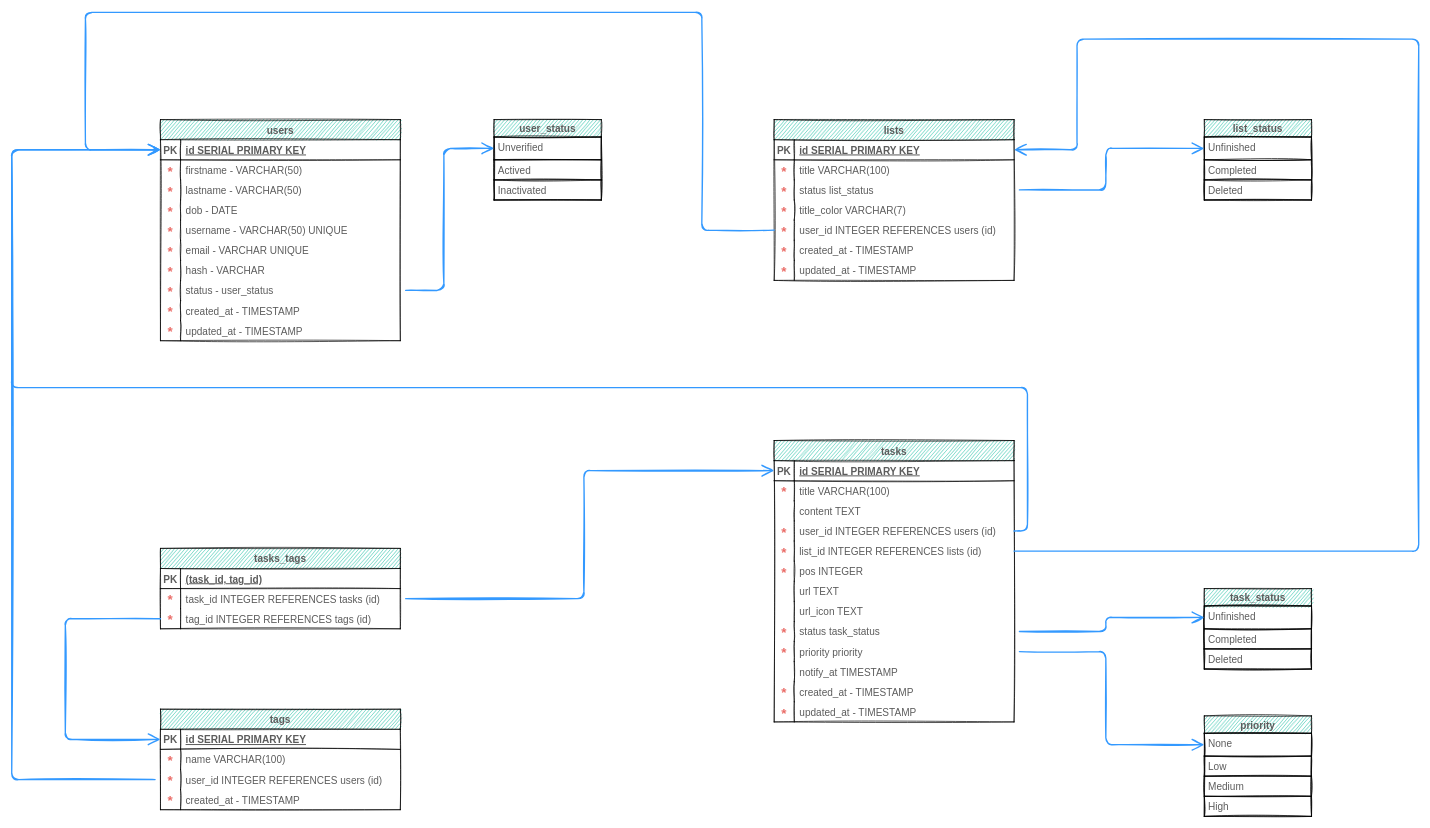
dangduoc08/ecommerce-api keeps this draw.io diagram as charts/erd.drawio. Above is the earlier version. Source tidied: cells renumbered, new cells numbered last; positions are measured from the earlier drawing's top-left corner, leaving out a move shared by most shapes. Both pictures are drawn from the tidied source at 67%, with x=0, y=0 at pixel (11, 12).
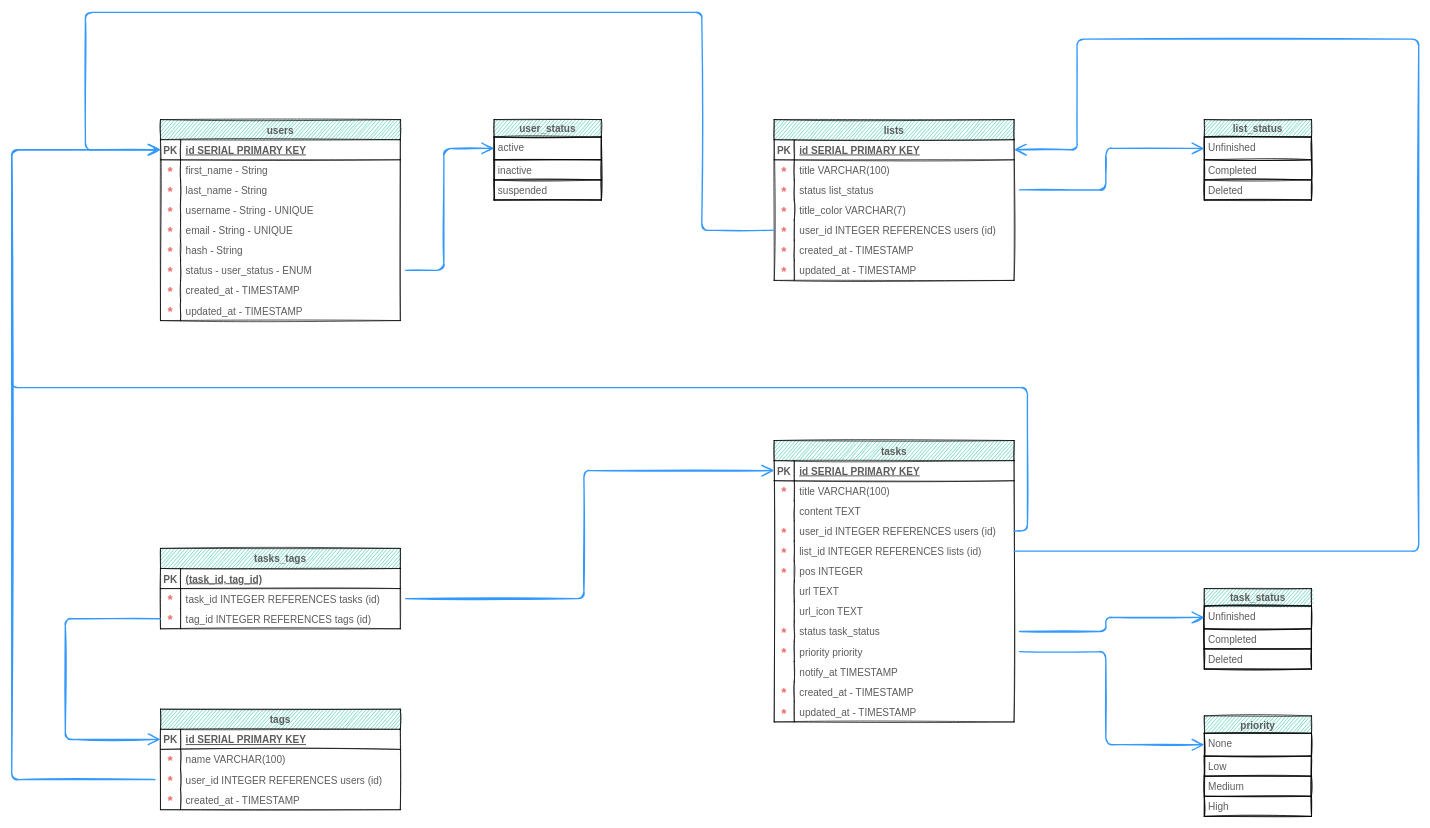
Above is the later version.

Unchanged cells that the change refers to:
```xml
<mxCell id="6" style="shape=tableRow;horizontal=0;startSize=0;swimlaneHead=0;swimlaneBody=0;fillColor=none;top=0;left=0;right=0;bottom=0;rounded=0;strokeColor=default;fontColor=#5C5C5C;fontSize=15;fontFamily=Helvetica;sketch=1;strokeWidth=1;swimlaneLine=1;" parent="2" vertex="1">
  <mxGeometry y="60" width="358" height="30" as="geometry" />
</mxCell>
<mxCell id="9" style="shape=tableRow;horizontal=0;startSize=0;swimlaneHead=0;swimlaneBody=0;fillColor=none;top=0;left=0;right=0;bottom=0;rounded=0;strokeColor=default;fontColor=#5C5C5C;fontSize=15;fontFamily=Helvetica;sketch=1;strokeWidth=1;swimlaneLine=1;" parent="2" vertex="1">
  <mxGeometry y="90" width="358" height="30" as="geometry" />
</mxCell>
<mxCell id="33" value="user_status" style="swimlane;fontStyle=1;horizontal=1;startSize=26;align=center;fontSize=15;hachureGap=4;strokeColor=default;fontFamily=Helvetica;fontColor=#5C5C5C;fillColor=#21C0A5;sketch=1;strokeWidth=1;swimlaneLine=1;" parent="1" vertex="1">
  <mxGeometry x="720" y="160" width="160" height="120" as="geometry" />
</mxCell>
```

The edit, as a diff of the source:
```diff
@@
     <mxCell id="2" value="users" style="shape=table;startSize=30;childLayout=tableLayout;rowLines=0;fontStyle=1;align=center;rounded=0;fillColor=#21C0A5;strokeColor=default;fontColor=#5C5C5C;fontSize=15;fontFamily=Helvetica;sketch=1;strokeWidth=1;swimlaneLine=1;" parent="1" vertex="1">
-      <mxGeometry x="222" y="160" width="358" height="330" as="geometry" />
+      <mxGeometry x="222" y="160" width="358" height="300" as="geometry" />
     </mxCell>
@@
-    <mxCell id="8" value="firstname - VARCHAR(50)" style="shape=partialRectangle;fillColor=none;top=0;left=0;bottom=0;right=0;align=left;spacingLeft=6;overflow=hidden;rounded=0;strokeColor=default;fontColor=#5C5C5C;fontSize=15;fontFamily=Helvetica;sketch=1;strokeWidth=1;swimlaneLine=1;" parent="6" vertex="1">
+    <mxCell id="8" value="first_name - String" style="shape=partialRectangle;fillColor=none;top=0;left=0;bottom=0;right=0;align=left;spacingLeft=6;overflow=hidden;rounded=0;strokeColor=default;fontColor=#5C5C5C;fontSize=15;fontFamily=Helvetica;sketch=1;strokeWidth=1;swimlaneLine=1;" parent="6" vertex="1">
       <mxGeometry x="30" width="328" height="30" as="geometry" />
     </mxCell>
@@
-    <mxCell id="11" value="lastname - VARCHAR(50)" style="shape=partialRectangle;fillColor=none;top=0;left=0;bottom=0;right=0;align=left;spacingLeft=6;overflow=hidden;rounded=0;strokeColor=default;fontColor=#5C5C5C;fontSize=15;fontFamily=Helvetica;sketch=1;strokeWidth=1;swimlaneLine=1;" parent="9" vertex="1">
+    <mxCell id="11" value="last_name - String" style="shape=partialRectangle;fillColor=none;top=0;left=0;bottom=0;right=0;align=left;spacingLeft=6;overflow=hidden;rounded=0;strokeColor=default;fontColor=#5C5C5C;fontSize=15;fontFamily=Helvetica;sketch=1;strokeWidth=1;swimlaneLine=1;" parent="9" vertex="1">
       <mxGeometry x="30" width="328" height="30" as="geometry" />
     </mxCell>
-    <mxCell id="12" style="shape=tableRow;horizontal=0;startSize=0;swimlaneHead=0;swimlaneBody=0;fillColor=none;top=0;left=0;right=0;bottom=0;rounded=0;strokeColor=default;fontColor=#5C5C5C;fontSize=15;fontFamily=Helvetica;sketch=1;strokeWidth=1;swimlaneLine=1;" parent="2" vertex="1">
-      <mxGeometry y="120" width="358" height="30" as="geometry" />
-    </mxCell>
-    <mxCell id="13" value="*" style="shape=partialRectangle;fillColor=none;top=0;left=0;bottom=0;right=0;overflow=hidden;rounded=0;strokeColor=default;fontColor=#EA6B66;fontSize=20;fontFamily=Helvetica;fontStyle=1;sketch=1;strokeWidth=1;swimlaneLine=1;" parent="12" vertex="1">
-      <mxGeometry width="30" height="30" as="geometry" />
-    </mxCell>
-    <mxCell id="14" value="dob - DATE" style="shape=partialRectangle;fillColor=none;top=0;left=0;bottom=0;right=0;align=left;spacingLeft=6;overflow=hidden;rounded=0;strokeColor=default;fontColor=#5C5C5C;fontSize=15;fontFamily=Helvetica;sketch=1;strokeWidth=1;swimlaneLine=1;" parent="12" vertex="1">
-      <mxGeometry x="30" width="328" height="30" as="geometry" />
-    </mxCell>
     <mxCell id="15" style="shape=tableRow;horizontal=0;startSize=0;swimlaneHead=0;swimlaneBody=0;fillColor=none;top=0;left=0;right=0;bottom=0;rounded=0;strokeColor=default;fontColor=#5C5C5C;fontSize=15;fontFamily=Helvetica;sketch=1;strokeWidth=1;swimlaneLine=1;" parent="2" vertex="1">
-      <mxGeometry y="150" width="358" height="30" as="geometry" />
+      <mxGeometry y="120" width="358" height="30" as="geometry" />
     </mxCell>
@@
-    <mxCell id="17" value="username - VARCHAR(50) UNIQUE" style="shape=partialRectangle;fillColor=none;top=0;left=0;bottom=0;right=0;align=left;spacingLeft=6;overflow=hidden;rounded=0;strokeColor=default;fontColor=#5C5C5C;fontSize=15;fontFamily=Helvetica;sketch=1;strokeWidth=1;swimlaneLine=1;" parent="15" vertex="1">
+    <mxCell id="17" value="username - String - UNIQUE" style="shape=partialRectangle;fillColor=none;top=0;left=0;bottom=0;right=0;align=left;spacingLeft=6;overflow=hidden;rounded=0;strokeColor=default;fontColor=#5C5C5C;fontSize=15;fontFamily=Helvetica;sketch=1;strokeWidth=1;swimlaneLine=1;" parent="15" vertex="1">
       <mxGeometry x="30" width="328" height="30" as="geometry" />
     </mxCell>
     <mxCell id="18" style="shape=tableRow;horizontal=0;startSize=0;swimlaneHead=0;swimlaneBody=0;fillColor=none;top=0;left=0;right=0;bottom=0;rounded=0;strokeColor=default;fontColor=#5C5C5C;fontSize=15;fontFamily=Helvetica;sketch=1;strokeWidth=1;swimlaneLine=1;" parent="2" vertex="1">
-      <mxGeometry y="180" width="358" height="30" as="geometry" />
+      <mxGeometry y="150" width="358" height="30" as="geometry" />
     </mxCell>
@@
-    <mxCell id="20" value="email - VARCHAR UNIQUE" style="shape=partialRectangle;fillColor=none;top=0;left=0;bottom=0;right=0;align=left;spacingLeft=6;overflow=hidden;rounded=0;strokeColor=default;fontColor=#5C5C5C;fontSize=15;fontFamily=Helvetica;sketch=1;strokeWidth=1;swimlaneLine=1;" parent="18" vertex="1">
+    <mxCell id="20" value="email - String - UNIQUE" style="shape=partialRectangle;fillColor=none;top=0;left=0;bottom=0;right=0;align=left;spacingLeft=6;overflow=hidden;rounded=0;strokeColor=default;fontColor=#5C5C5C;fontSize=15;fontFamily=Helvetica;sketch=1;strokeWidth=1;swimlaneLine=1;" parent="18" vertex="1">
       <mxGeometry x="30" width="328" height="30" as="geometry" />
     </mxCell>
     <mxCell id="21" style="shape=tableRow;horizontal=0;startSize=0;swimlaneHead=0;swimlaneBody=0;fillColor=none;top=0;left=0;right=0;bottom=0;rounded=0;strokeColor=default;fontColor=#5C5C5C;fontSize=15;fontFamily=Helvetica;sketch=1;strokeWidth=1;swimlaneLine=1;" parent="2" vertex="1">
-      <mxGeometry y="210" width="358" height="30" as="geometry" />
+      <mxGeometry y="180" width="358" height="30" as="geometry" />
     </mxCell>
@@
-    <mxCell id="23" value="hash - VARCHAR" style="shape=partialRectangle;fillColor=none;top=0;left=0;bottom=0;right=0;align=left;spacingLeft=6;overflow=hidden;rounded=0;strokeColor=default;fontColor=#5C5C5C;fontSize=15;fontFamily=Helvetica;sketch=1;strokeWidth=1;swimlaneLine=1;" parent="21" vertex="1">
+    <mxCell id="23" value="hash - String" style="shape=partialRectangle;fillColor=none;top=0;left=0;bottom=0;right=0;align=left;spacingLeft=6;overflow=hidden;rounded=0;strokeColor=default;fontColor=#5C5C5C;fontSize=15;fontFamily=Helvetica;sketch=1;strokeWidth=1;swimlaneLine=1;" parent="21" vertex="1">
       <mxGeometry x="30" width="328" height="30" as="geometry" />
     </mxCell>
     <mxCell id="24" style="shape=tableRow;horizontal=0;startSize=0;swimlaneHead=0;swimlaneBody=0;fillColor=none;points=[[0,0.5],[1,0.5]];portConstraint=eastwest;top=0;left=0;right=0;bottom=0;rounded=0;strokeColor=default;fontColor=#5C5C5C;fontSize=15;fontFamily=Helvetica;sketch=1;strokeWidth=1;swimlaneLine=1;" parent="2" vertex="1">
-      <mxGeometry y="240" width="358" height="30" as="geometry" />
+      <mxGeometry y="210" width="358" height="30" as="geometry" />
     </mxCell>
@@
-    <mxCell id="26" value="status - user_status" style="shape=partialRectangle;fillColor=none;top=0;left=0;bottom=0;right=0;align=left;spacingLeft=6;overflow=hidden;rounded=0;strokeColor=default;fontColor=#5C5C5C;fontSize=15;fontFamily=Helvetica;sketch=1;strokeWidth=1;swimlaneLine=1;" parent="24" vertex="1">
+    <mxCell id="26" value="status - user_status - ENUM" style="shape=partialRectangle;fillColor=none;top=0;left=0;bottom=0;right=0;align=left;spacingLeft=6;overflow=hidden;rounded=0;strokeColor=default;fontColor=#5C5C5C;fontSize=15;fontFamily=Helvetica;sketch=1;strokeWidth=1;swimlaneLine=1;" parent="24" vertex="1">
       <mxGeometry x="30" width="328" height="30" as="geometry" />
     </mxCell>
     <mxCell id="27" style="shape=tableRow;horizontal=0;startSize=0;swimlaneHead=0;swimlaneBody=0;fillColor=none;top=0;left=0;right=0;bottom=0;rounded=0;strokeColor=default;fontColor=#5C5C5C;fontSize=15;fontFamily=Helvetica;sketch=1;strokeWidth=1;swimlaneLine=1;" parent="2" vertex="1">
-      <mxGeometry y="270" width="358" height="30" as="geometry" />
+      <mxGeometry y="240" width="358" height="30" as="geometry" />
     </mxCell>
@@
     <mxCell id="30" style="shape=tableRow;horizontal=0;startSize=0;swimlaneHead=0;swimlaneBody=0;fillColor=none;top=0;left=0;right=0;bottom=0;rounded=0;strokeColor=default;fontColor=#5C5C5C;fontSize=15;fontFamily=Helvetica;sketch=1;strokeWidth=1;swimlaneLine=1;" parent="2" vertex="1">
-      <mxGeometry y="300" width="358" height="30" as="geometry" />
+      <mxGeometry y="270" width="358" height="30" as="geometry" />
     </mxCell>
@@
-    <mxCell id="34" value="Unverified" style="text;strokeColor=default;fillColor=none;spacingLeft=4;spacingRight=4;overflow=hidden;points=[[0,0.5],[1,0.5]];portConstraint=eastwest;fontSize=15;hachureGap=4;fontFamily=Helvetica;fontColor=#5C5C5C;align=left;sketch=1;strokeWidth=1;swimlaneLine=1;" parent="33" vertex="1">
+    <mxCell id="34" value="active" style="text;strokeColor=default;fillColor=none;spacingLeft=4;spacingRight=4;overflow=hidden;points=[[0,0.5],[1,0.5]];portConstraint=eastwest;fontSize=15;hachureGap=4;fontFamily=Helvetica;fontColor=#5C5C5C;align=left;sketch=1;strokeWidth=1;swimlaneLine=1;" parent="33" vertex="1">
       <mxGeometry y="26" width="160" height="34" as="geometry" />
     </mxCell>
-    <mxCell id="35" value="Actived" style="text;strokeColor=default;fillColor=none;spacingLeft=4;spacingRight=4;overflow=hidden;fontSize=15;hachureGap=4;fontFamily=Helvetica;fontColor=#5C5C5C;sketch=1;strokeWidth=1;swimlaneLine=1;" parent="33" vertex="1">
+    <mxCell id="35" value="inactive" style="text;strokeColor=default;fillColor=none;spacingLeft=4;spacingRight=4;overflow=hidden;fontSize=15;hachureGap=4;fontFamily=Helvetica;fontColor=#5C5C5C;sketch=1;strokeWidth=1;swimlaneLine=1;" parent="33" vertex="1">
       <mxGeometry y="60" width="160" height="30" as="geometry" />
     </mxCell>
-    <mxCell id="36" value="Inactivated" style="text;strokeColor=default;fillColor=none;spacingLeft=4;spacingRight=4;overflow=hidden;fontSize=15;hachureGap=4;fontFamily=Helvetica;fontColor=#5C5C5C;sketch=1;strokeWidth=1;swimlaneLine=1;" parent="33" vertex="1">
+    <mxCell id="36" value="suspended" style="text;strokeColor=default;fillColor=none;spacingLeft=4;spacingRight=4;overflow=hidden;fontSize=15;hachureGap=4;fontFamily=Helvetica;fontColor=#5C5C5C;sketch=1;strokeWidth=1;swimlaneLine=1;" parent="33" vertex="1">
       <mxGeometry y="90" width="160" height="30" as="geometry" />
     </mxCell>
```
